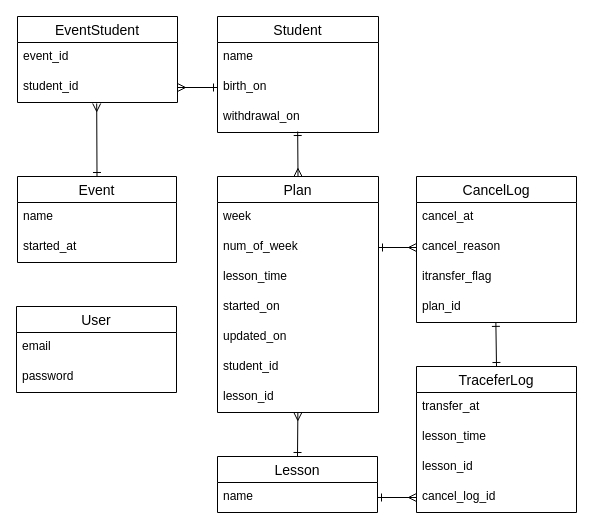
minidebu/classboard keeps this draw.io diagram as ER.dio. Above is the earlier version. Source tidied: cells renumbered, new cells numbered last; positions are measured from the earlier drawing's top-left corner, leaving out a move shared by most shapes. Both pictures are drawn from the tidied source at 100%, with x=0, y=0 at pixel (16, 16).
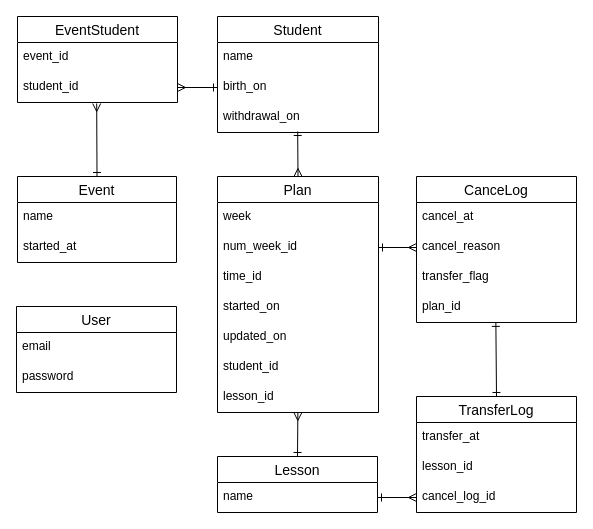
The same page after the edit.

Commit message (it also covers changes not shown here):
ERの修正とREADMEの作成

Unchanged cells that the change refers to:
```xml
<mxCell id="10" value="Plan" style="swimlane;fontStyle=0;horizontal=1;startSize=26;align=center;fontSize=14;" parent="1" vertex="1">
  <mxGeometry x="201" y="160" width="161" height="236" as="geometry" />
</mxCell>
```

Change to the diagram source:
```diff
@@
-    <mxCell id="12" value="num_of_week" style="text;strokeColor=none;fillColor=none;spacingLeft=4;spacingRight=4;overflow=hidden;points=[[0,0.5],[1,0.5]];portConstraint=eastwest;fontSize=12;" parent="10" vertex="1">
+    <mxCell id="12" value="num_week_id" style="text;strokeColor=none;fillColor=none;spacingLeft=4;spacingRight=4;overflow=hidden;points=[[0,0.5],[1,0.5]];portConstraint=eastwest;fontSize=12;" parent="10" vertex="1">
       <mxGeometry y="56" width="161" height="30" as="geometry" />
     </mxCell>
-    <mxCell id="13" value="lesson_time" style="text;strokeColor=none;fillColor=none;spacingLeft=4;spacingRight=4;overflow=hidden;fontSize=12;" parent="10" vertex="1">
+    <mxCell id="13" value="time_id" style="text;strokeColor=none;fillColor=none;spacingLeft=4;spacingRight=4;overflow=hidden;fontSize=12;" parent="10" vertex="1">
       <mxGeometry y="86" width="161" height="30" as="geometry" />
     </mxCell>
@@
-    <mxCell id="19" value="CancelLog" style="swimlane;fontStyle=0;horizontal=1;startSize=26;align=center;fontSize=14;" parent="1" vertex="1">
+    <mxCell id="19" value="CanceLog" style="swimlane;fontStyle=0;horizontal=1;startSize=26;align=center;fontSize=14;" parent="1" vertex="1">
       <mxGeometry x="400" y="160" width="160" height="146" as="geometry" />
     </mxCell>
@@
-    <mxCell id="22" value="itransfer_flag" style="text;strokeColor=none;fillColor=none;spacingLeft=4;spacingRight=4;overflow=hidden;fontSize=12;" parent="19" vertex="1">
+    <mxCell id="22" value="transfer_flag" style="text;strokeColor=none;fillColor=none;spacingLeft=4;spacingRight=4;overflow=hidden;fontSize=12;" parent="19" vertex="1">
       <mxGeometry y="86" width="160" height="30" as="geometry" />
     </mxCell>
@@
-    <mxCell id="33" value="TraceferLog" style="swimlane;fontStyle=0;horizontal=1;startSize=26;align=center;fontSize=14;" parent="1" vertex="1">
-      <mxGeometry x="400" y="350" width="160" height="146" as="geometry" />
+    <mxCell id="33" value="TransferLog" style="swimlane;fontStyle=0;horizontal=1;startSize=26;align=center;fontSize=14;" parent="1" vertex="1">
+      <mxGeometry x="400" y="380" width="160" height="116" as="geometry" />
     </mxCell>
@@
-    <mxCell id="35" value="lesson_time" style="text;strokeColor=none;fillColor=none;spacingLeft=4;spacingRight=4;overflow=hidden;fontSize=12;" parent="33" vertex="1">
-      <mxGeometry y="56" width="160" height="30" as="geometry" />
-    </mxCell>
     <mxCell id="36" value="lesson_id" style="text;strokeColor=none;fillColor=none;spacingLeft=4;spacingRight=4;overflow=hidden;fontSize=12;" parent="33" vertex="1">
-      <mxGeometry y="86" width="160" height="30" as="geometry" />
+      <mxGeometry y="56" width="160" height="30" as="geometry" />
     </mxCell>
     <mxCell id="37" value="cancel_log_id" style="text;strokeColor=none;fillColor=none;spacingLeft=4;spacingRight=4;overflow=hidden;points=[[0,0.5],[1,0.5]];portConstraint=eastwest;fontSize=12;" parent="33" vertex="1">
-      <mxGeometry y="116" width="160" height="30" as="geometry" />
+      <mxGeometry y="86" width="160" height="30" as="geometry" />
     </mxCell>
```
